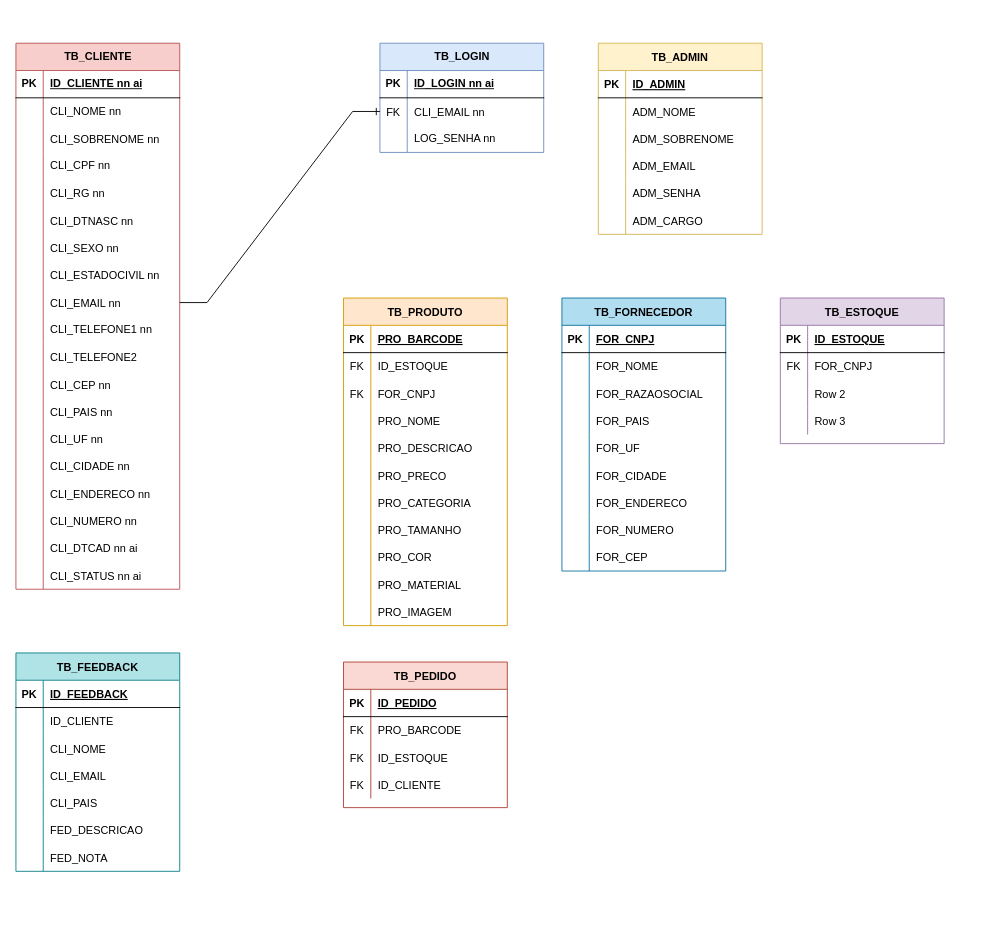
This is TCC-Copperton/DB-Diagram.drawio from saintplis/TCC-Copperton, a draw.io file, before an edit. Source tidied: cells renumbered, new cells numbered last; positions are measured from the earlier drawing's top-left corner, leaving out a move shared by most shapes. Both pictures are drawn from the tidied source at 91%, with x=0, y=0 at pixel (15, 43).
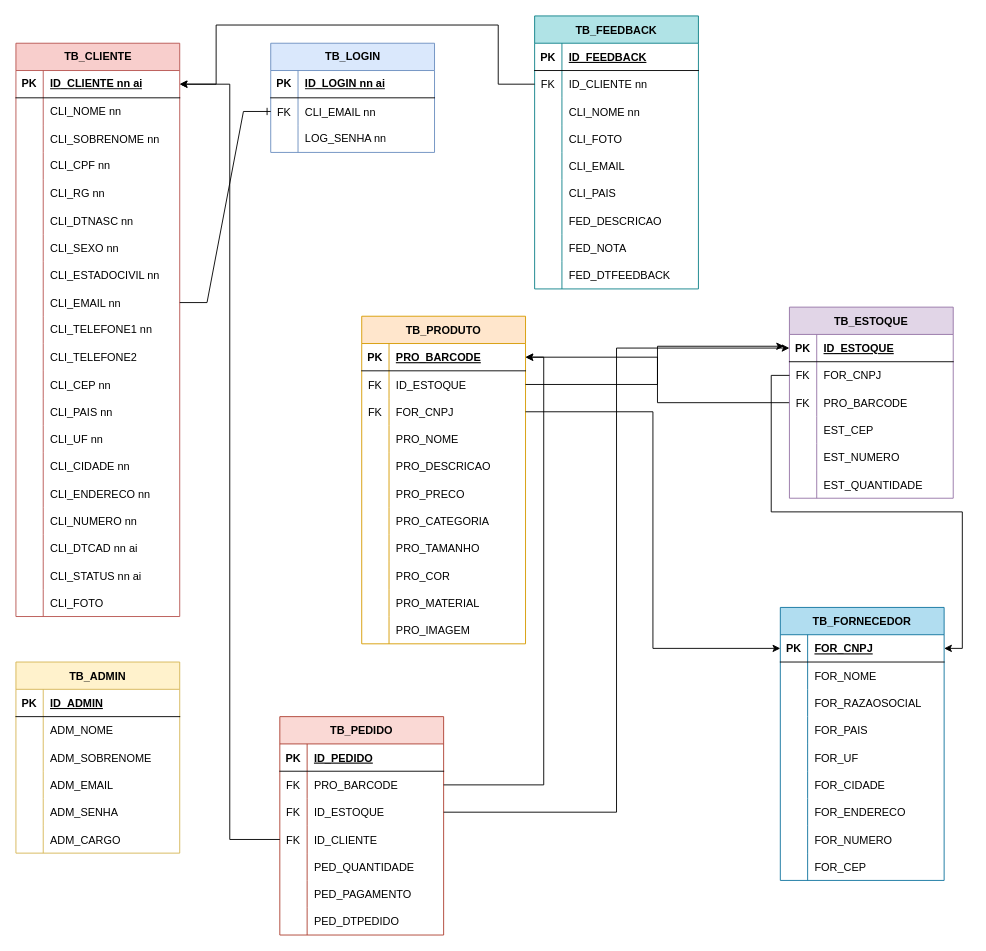
After the change.

Unchanged cells that the change refers to:
```xml
<mxCell id="3" style="shape=tableRow;horizontal=0;startSize=0;swimlaneHead=0;swimlaneBody=0;fillColor=none;points=[[0,0.5],[1,0.5]];portConstraint=eastwest;top=0;left=0;right=0;bottom=1;" parent="2" vertex="1">
  <mxGeometry y="30" width="180" height="30" as="geometry" />
</mxCell>
<mxCell id="94" style="shape=tableRow;horizontal=0;startSize=0;swimlaneHead=0;swimlaneBody=0;fillColor=none;points=[[0,0.5],[1,0.5]];portConstraint=eastwest;top=0;left=0;right=0;bottom=0;" parent="90" vertex="1">
  <mxGeometry y="60" width="180" height="30" as="geometry" />
</mxCell>
<mxCell id="97" style="shape=tableRow;horizontal=0;startSize=0;swimlaneHead=0;swimlaneBody=0;fillColor=none;points=[[0,0.5],[1,0.5]];portConstraint=eastwest;top=0;left=0;right=0;bottom=0;" parent="90" vertex="1">
  <mxGeometry y="90" width="180" height="30" as="geometry" />
</mxCell>
<mxCell id="100" style="shape=tableRow;horizontal=0;startSize=0;swimlaneHead=0;swimlaneBody=0;fillColor=none;points=[[0,0.5],[1,0.5]];portConstraint=eastwest;top=0;left=0;right=0;bottom=0;" parent="90" vertex="1">
  <mxGeometry y="120" width="180" height="30" as="geometry" />
</mxCell>
<mxCell id="107" style="shape=tableRow;horizontal=0;startSize=0;swimlaneHead=0;swimlaneBody=0;fillColor=none;points=[[0,0.5],[1,0.5]];portConstraint=eastwest;top=0;left=0;right=0;bottom=0;" parent="103" vertex="1">
  <mxGeometry y="60" width="180" height="30" as="geometry" />
</mxCell>
<mxCell id="110" style="shape=tableRow;horizontal=0;startSize=0;swimlaneHead=0;swimlaneBody=0;fillColor=none;top=0;left=0;right=0;bottom=0;" parent="103" vertex="1">
  <mxGeometry y="90" width="180" height="30" as="geometry" />
</mxCell>
<mxCell id="126" style="shape=tableRow;horizontal=0;startSize=0;swimlaneHead=0;swimlaneBody=0;fillColor=none;points=[[0,0.5],[1,0.5]];portConstraint=eastwest;top=0;left=0;right=0;bottom=1;" parent="125" vertex="1">
  <mxGeometry y="30" width="180" height="30" as="geometry" />
</mxCell>
<mxCell id="167" style="shape=tableRow;horizontal=0;startSize=0;swimlaneHead=0;swimlaneBody=0;fillColor=none;points=[[0,0.5],[1,0.5]];portConstraint=eastwest;top=0;left=0;right=0;bottom=1;" parent="166" vertex="1">
  <mxGeometry y="30" width="180" height="30" as="geometry" />
</mxCell>
<mxCell id="170" style="shape=tableRow;horizontal=0;startSize=0;swimlaneHead=0;swimlaneBody=0;fillColor=none;points=[[0,0.5],[1,0.5]];portConstraint=eastwest;top=0;left=0;right=0;bottom=0;" parent="166" vertex="1">
  <mxGeometry y="60" width="180" height="30" as="geometry" />
</mxCell>
<mxCell id="173" style="shape=tableRow;horizontal=0;startSize=0;swimlaneHead=0;swimlaneBody=0;fillColor=none;points=[[0,0.5],[1,0.5]];portConstraint=eastwest;top=0;left=0;right=0;bottom=0;" parent="166" vertex="1">
  <mxGeometry y="90" width="180" height="30" as="geometry" />
</mxCell>
```

Diff of the diagram source:
```diff
@@
     <mxCell id="2" value="TB_CLIENTE" style="shape=table;startSize=30;childLayout=tableLayout;rowLines=0;fontStyle=1;align=center;html=1;fillColor=#f8cecc;strokeColor=#b85450;" parent="1" vertex="1">
-      <mxGeometry width="180" height="600" as="geometry" />
+      <mxGeometry width="180" height="630" as="geometry" />
     </mxCell>
@@
+    <mxCell id="200" style="shape=tableRow;horizontal=0;startSize=0;swimlaneHead=0;swimlaneBody=0;fillColor=none;top=0;left=0;right=0;bottom=0;" parent="2" vertex="1">
+      <mxGeometry y="600" width="180" height="30" as="geometry" />
+    </mxCell>
+    <mxCell id="201" style="shape=partialRectangle;fillColor=none;top=0;left=0;bottom=0;right=0;overflow=hidden;" parent="200" vertex="1">
+      <mxGeometry width="30" height="30" as="geometry" />
+    </mxCell>
+    <mxCell id="202" value="CLI_FOTO" style="shape=partialRectangle;fillColor=none;top=0;left=0;bottom=0;right=0;align=left;spacingLeft=6;overflow=hidden;" parent="200" vertex="1">
+      <mxGeometry x="30" width="150" height="30" as="geometry" />
+    </mxCell>
     <mxCell id="60" value="TB_LOGIN" style="shape=table;startSize=30;childLayout=tableLayout;rowLines=0;fontStyle=1;align=center;html=1;fillColor=#dae8fc;strokeColor=#6c8ebf;" parent="1" vertex="1">
-      <mxGeometry x="400" width="180" height="120" as="geometry" />
+      <mxGeometry x="280" width="180" height="120" as="geometry" />
     </mxCell>
@@
     <mxCell id="71" value="TB_ADMIN" style="shape=table;startSize=30;childLayout=tableLayout;rowLines=0;fontStyle=1;align=center;fillColor=#fff2cc;strokeColor=#d6b656;" parent="1" vertex="1">
-      <mxGeometry x="640" width="180" height="210" as="geometry" />
+      <mxGeometry y="680" width="180" height="210" as="geometry" />
     </mxCell>
@@
     <mxCell id="90" value="TB_PEDIDO" style="shape=table;startSize=30;childLayout=tableLayout;rowLines=0;fontStyle=1;align=center;fillColor=#fad9d5;strokeColor=#ae4132;" parent="1" vertex="1">
-      <mxGeometry x="360" y="680" width="180" height="160" as="geometry" />
+      <mxGeometry x="290" y="740" width="180" height="240" as="geometry" />
     </mxCell>
@@
+    <mxCell id="203" style="shape=tableRow;horizontal=0;startSize=0;swimlaneHead=0;swimlaneBody=0;fillColor=none;top=0;left=0;right=0;bottom=0;" parent="90" vertex="1">
+      <mxGeometry y="150" width="180" height="30" as="geometry" />
+    </mxCell>
+    <mxCell id="204" style="shape=partialRectangle;fillColor=none;top=0;left=0;bottom=0;right=0;overflow=hidden;" parent="203" vertex="1">
+      <mxGeometry width="30" height="30" as="geometry" />
+    </mxCell>
+    <mxCell id="205" value="PED_QUANTIDADE" style="shape=partialRectangle;fillColor=none;top=0;left=0;bottom=0;right=0;align=left;spacingLeft=6;overflow=hidden;" parent="203" vertex="1">
+      <mxGeometry x="30" width="150" height="30" as="geometry" />
+    </mxCell>
+    <mxCell id="206" style="shape=tableRow;horizontal=0;startSize=0;swimlaneHead=0;swimlaneBody=0;fillColor=none;top=0;left=0;right=0;bottom=0;" parent="90" vertex="1">
+      <mxGeometry y="180" width="180" height="30" as="geometry" />
+    </mxCell>
+    <mxCell id="207" style="shape=partialRectangle;fillColor=none;top=0;left=0;bottom=0;right=0;overflow=hidden;" parent="206" vertex="1">
+      <mxGeometry width="30" height="30" as="geometry" />
+    </mxCell>
+    <mxCell id="208" value="PED_PAGAMENTO" style="shape=partialRectangle;fillColor=none;top=0;left=0;bottom=0;right=0;align=left;spacingLeft=6;overflow=hidden;" parent="206" vertex="1">
+      <mxGeometry x="30" width="150" height="30" as="geometry" />
+    </mxCell>
+    <mxCell id="209" style="shape=tableRow;horizontal=0;startSize=0;swimlaneHead=0;swimlaneBody=0;fillColor=none;top=0;left=0;right=0;bottom=0;" parent="90" vertex="1">
+      <mxGeometry y="210" width="180" height="30" as="geometry" />
+    </mxCell>
+    <mxCell id="210" style="shape=partialRectangle;fillColor=none;top=0;left=0;bottom=0;right=0;overflow=hidden;" parent="209" vertex="1">
+      <mxGeometry width="30" height="30" as="geometry" />
+    </mxCell>
+    <mxCell id="211" value="PED_DTPEDIDO" style="shape=partialRectangle;fillColor=none;top=0;left=0;bottom=0;right=0;align=left;spacingLeft=6;overflow=hidden;" parent="209" vertex="1">
+      <mxGeometry x="30" width="150" height="30" as="geometry" />
+    </mxCell>
     <mxCell id="103" value="TB_FEEDBACK" style="shape=table;startSize=30;childLayout=tableLayout;rowLines=0;fontStyle=1;align=center;fillColor=#b0e3e6;strokeColor=#0e8088;" parent="1" vertex="1">
-      <mxGeometry y="670" width="180" height="240" as="geometry" />
+      <mxGeometry x="570" y="-30" width="180" height="300" as="geometry" />
     </mxCell>
@@
-    <mxCell id="108" style="shape=partialRectangle;fillColor=none;top=0;left=0;bottom=0;right=0;overflow=hidden;" parent="107" vertex="1">
+    <mxCell id="108" value="FK" style="shape=partialRectangle;fillColor=none;top=0;left=0;bottom=0;right=0;overflow=hidden;" parent="107" vertex="1">
       <mxGeometry width="30" height="30" as="geometry" />
     </mxCell>
-    <mxCell id="109" value="ID_CLIENTE" style="shape=partialRectangle;fillColor=none;top=0;left=0;bottom=0;right=0;align=left;spacingLeft=6;overflow=hidden;" parent="107" vertex="1">
+    <mxCell id="109" value="ID_CLIENTE nn" style="shape=partialRectangle;fillColor=none;top=0;left=0;bottom=0;right=0;align=left;spacingLeft=6;overflow=hidden;" parent="107" vertex="1">
       <mxGeometry x="30" width="150" height="30" as="geometry" />
     </mxCell>
@@
-    <mxCell id="112" value="CLI_NOME" style="shape=partialRectangle;fillColor=none;top=0;left=0;bottom=0;right=0;align=left;spacingLeft=6;overflow=hidden;" parent="110" vertex="1">
+    <mxCell id="112" value="CLI_NOME nn" style="shape=partialRectangle;fillColor=none;top=0;left=0;bottom=0;right=0;align=left;spacingLeft=6;overflow=hidden;" parent="110" vertex="1">
       <mxGeometry x="30" width="150" height="30" as="geometry" />
     </mxCell>
+    <mxCell id="212" style="shape=tableRow;horizontal=0;startSize=0;swimlaneHead=0;swimlaneBody=0;fillColor=none;top=0;left=0;right=0;bottom=0;" parent="103" vertex="1">
+      <mxGeometry y="120" width="180" height="30" as="geometry" />
+    </mxCell>
+    <mxCell id="213" style="shape=partialRectangle;fillColor=none;top=0;left=0;bottom=0;right=0;overflow=hidden;" parent="212" vertex="1">
+      <mxGeometry width="30" height="30" as="geometry" />
+    </mxCell>
+    <mxCell id="214" value="CLI_FOTO" style="shape=partialRectangle;fillColor=none;top=0;left=0;bottom=0;right=0;align=left;spacingLeft=6;overflow=hidden;" parent="212" vertex="1">
+      <mxGeometry x="30" width="150" height="30" as="geometry" />
+    </mxCell>
     <mxCell id="113" style="shape=tableRow;horizontal=0;startSize=0;swimlaneHead=0;swimlaneBody=0;fillColor=none;top=0;left=0;right=0;bottom=0;" parent="103" vertex="1">
-      <mxGeometry y="120" width="180" height="30" as="geometry" />
+      <mxGeometry y="150" width="180" height="30" as="geometry" />
     </mxCell>
@@
     <mxCell id="116" style="shape=tableRow;horizontal=0;startSize=0;swimlaneHead=0;swimlaneBody=0;fillColor=none;top=0;left=0;right=0;bottom=0;" parent="103" vertex="1">
-      <mxGeometry y="150" width="180" height="30" as="geometry" />
+      <mxGeometry y="180" width="180" height="30" as="geometry" />
     </mxCell>
@@
     <mxCell id="119" style="shape=tableRow;horizontal=0;startSize=0;swimlaneHead=0;swimlaneBody=0;fillColor=none;top=0;left=0;right=0;bottom=0;" parent="103" vertex="1">
-      <mxGeometry y="180" width="180" height="30" as="geometry" />
+      <mxGeometry y="210" width="180" height="30" as="geometry" />
     </mxCell>
@@
     <mxCell id="122" style="shape=tableRow;horizontal=0;startSize=0;swimlaneHead=0;swimlaneBody=0;fillColor=none;top=0;left=0;right=0;bottom=0;" parent="103" vertex="1">
-      <mxGeometry y="210" width="180" height="30" as="geometry" />
+      <mxGeometry y="240" width="180" height="30" as="geometry" />
     </mxCell>
@@
+    <mxCell id="215" style="shape=tableRow;horizontal=0;startSize=0;swimlaneHead=0;swimlaneBody=0;fillColor=none;top=0;left=0;right=0;bottom=0;" parent="103" vertex="1">
+      <mxGeometry y="270" width="180" height="30" as="geometry" />
+    </mxCell>
+    <mxCell id="216" style="shape=partialRectangle;fillColor=none;top=0;left=0;bottom=0;right=0;overflow=hidden;" parent="215" vertex="1">
+      <mxGeometry width="30" height="30" as="geometry" />
+    </mxCell>
+    <mxCell id="217" value="FED_DTFEEDBACK" style="shape=partialRectangle;fillColor=none;top=0;left=0;bottom=0;right=0;align=left;spacingLeft=6;overflow=hidden;" parent="215" vertex="1">
+      <mxGeometry x="30" width="150" height="30" as="geometry" />
+    </mxCell>
     <mxCell id="125" value="TB_FORNECEDOR" style="shape=table;startSize=30;childLayout=tableLayout;rowLines=0;fontStyle=1;align=center;fillColor=#b1ddf0;strokeColor=#10739e;" parent="1" vertex="1">
-      <mxGeometry x="600" y="280" width="180" height="300" as="geometry" />
+      <mxGeometry x="840" y="620" width="180" height="300" as="geometry" />
     </mxCell>
@@
-    <mxCell id="153" value="TB_ESTOQUE" style="shape=table;startSize=30;childLayout=tableLayout;rowLines=0;fontStyle=1;align=center;fillColor=#e1d5e7;strokeColor=#9673a6;" parent="1" vertex="1">
-      <mxGeometry x="840" y="280" width="180" height="160" as="geometry" />
-    </mxCell>
-    <mxCell id="154" style="shape=tableRow;horizontal=0;startSize=0;swimlaneHead=0;swimlaneBody=0;fillColor=none;points=[[0,0.5],[1,0.5]];portConstraint=eastwest;top=0;left=0;right=0;bottom=1;" parent="153" vertex="1">
-      <mxGeometry y="30" width="180" height="30" as="geometry" />
-    </mxCell>
-    <mxCell id="155" value="PK" style="shape=partialRectangle;fillColor=none;top=0;left=0;bottom=0;right=0;fontStyle=1;overflow=hidden;" parent="154" vertex="1">
-      <mxGeometry width="30" height="30" as="geometry" />
-    </mxCell>
-    <mxCell id="156" value="ID_ESTOQUE" style="shape=partialRectangle;fillColor=none;top=0;left=0;bottom=0;right=0;align=left;spacingLeft=6;fontStyle=5;overflow=hidden;" parent="154" vertex="1">
-      <mxGeometry x="30" width="150" height="30" as="geometry" />
-    </mxCell>
-    <mxCell id="157" style="shape=tableRow;horizontal=0;startSize=0;swimlaneHead=0;swimlaneBody=0;fillColor=none;points=[[0,0.5],[1,0.5]];portConstraint=eastwest;top=0;left=0;right=0;bottom=0;" parent="153" vertex="1">
-      <mxGeometry y="60" width="180" height="30" as="geometry" />
-    </mxCell>
-    <mxCell id="158" value="FK" style="shape=partialRectangle;fillColor=none;top=0;left=0;bottom=0;right=0;overflow=hidden;" parent="157" vertex="1">
-      <mxGeometry width="30" height="30" as="geometry" />
-    </mxCell>
-    <mxCell id="159" value="FOR_CNPJ" style="shape=partialRectangle;fillColor=none;top=0;left=0;bottom=0;right=0;align=left;spacingLeft=6;overflow=hidden;" parent="157" vertex="1">
-      <mxGeometry x="30" width="150" height="30" as="geometry" />
-    </mxCell>
-    <mxCell id="160" style="shape=tableRow;horizontal=0;startSize=0;swimlaneHead=0;swimlaneBody=0;fillColor=none;top=0;left=0;right=0;bottom=0;" parent="153" vertex="1">
-      <mxGeometry y="90" width="180" height="30" as="geometry" />
-    </mxCell>
-    <mxCell id="161" style="shape=partialRectangle;fillColor=none;top=0;left=0;bottom=0;right=0;overflow=hidden;" parent="160" vertex="1">
-      <mxGeometry width="30" height="30" as="geometry" />
-    </mxCell>
-    <mxCell id="162" value="Row 2" style="shape=partialRectangle;fillColor=none;top=0;left=0;bottom=0;right=0;align=left;spacingLeft=6;overflow=hidden;" parent="160" vertex="1">
-      <mxGeometry x="30" width="150" height="30" as="geometry" />
-    </mxCell>
-    <mxCell id="163" style="shape=tableRow;horizontal=0;startSize=0;swimlaneHead=0;swimlaneBody=0;fillColor=none;top=0;left=0;right=0;bottom=0;" parent="153" vertex="1">
-      <mxGeometry y="120" width="180" height="30" as="geometry" />
-    </mxCell>
-    <mxCell id="164" style="shape=partialRectangle;fillColor=none;top=0;left=0;bottom=0;right=0;overflow=hidden;" parent="163" vertex="1">
-      <mxGeometry width="30" height="30" as="geometry" />
-    </mxCell>
-    <mxCell id="165" value="Row 3" style="shape=partialRectangle;fillColor=none;top=0;left=0;bottom=0;right=0;align=left;spacingLeft=6;overflow=hidden;" parent="163" vertex="1">
-      <mxGeometry x="30" width="150" height="30" as="geometry" />
-    </mxCell>
     <mxCell id="166" value="TB_PRODUTO" style="shape=table;startSize=30;childLayout=tableLayout;rowLines=0;fontStyle=1;align=center;fillColor=#ffe6cc;strokeColor=#d79b00;" parent="1" vertex="1">
-      <mxGeometry x="360" y="280" width="180" height="360" as="geometry" />
+      <mxGeometry x="380" y="300" width="180" height="360" as="geometry" />
     </mxCell>
@@
+    <mxCell id="218" style="edgeStyle=orthogonalEdgeStyle;rounded=0;jettySize=auto;html=1;entryX=-0.033;entryY=0.433;entryDx=0;entryDy=0;entryPerimeter=0;" parent="1" edge="1" source="170" target="154">
+      <mxGeometry relative="1" as="geometry" />
+    </mxCell>
+    <mxCell id="219" style="edgeStyle=orthogonalEdgeStyle;rounded=0;jettySize=auto;html=1;entryX=0;entryY=0.5;entryDx=0;entryDy=0;" parent="1" edge="1" source="173" target="126">
+      <mxGeometry relative="1" as="geometry" />
+    </mxCell>
+    <mxCell id="220" style="edgeStyle=orthogonalEdgeStyle;rounded=0;jettySize=auto;html=1;entryX=1;entryY=0.5;entryDx=0;entryDy=0;" parent="1" edge="1" source="94" target="167">
+      <mxGeometry relative="1" as="geometry" />
+    </mxCell>
+    <mxCell id="221" style="edgeStyle=orthogonalEdgeStyle;rounded=0;jettySize=auto;html=1;entryX=0;entryY=0.5;entryDx=0;entryDy=0;" parent="1" edge="1" source="97" target="154">
+      <mxGeometry relative="1" as="geometry" />
+    </mxCell>
+    <mxCell id="222" style="edgeStyle=orthogonalEdgeStyle;rounded=0;jettySize=auto;html=1;entryX=1;entryY=0.5;entryDx=0;entryDy=0;" parent="1" edge="1" source="153" target="167">
+      <mxGeometry relative="1" as="geometry" />
+    </mxCell>
+    <mxCell id="153" value="TB_ESTOQUE" style="shape=table;startSize=30;childLayout=tableLayout;rowLines=0;fontStyle=1;align=center;fillColor=#e1d5e7;strokeColor=#9673a6;" parent="1" vertex="1">
+      <mxGeometry x="850" y="290" width="180" height="210" as="geometry" />
+    </mxCell>
+    <mxCell id="154" style="shape=tableRow;horizontal=0;startSize=0;swimlaneHead=0;swimlaneBody=0;fillColor=none;points=[[0,0.5],[1,0.5]];portConstraint=eastwest;top=0;left=0;right=0;bottom=1;" parent="153" vertex="1">
+      <mxGeometry y="30" width="180" height="30" as="geometry" />
+    </mxCell>
+    <mxCell id="155" value="PK" style="shape=partialRectangle;fillColor=none;top=0;left=0;bottom=0;right=0;fontStyle=1;overflow=hidden;" parent="154" vertex="1">
+      <mxGeometry width="30" height="30" as="geometry" />
+    </mxCell>
+    <mxCell id="156" value="ID_ESTOQUE" style="shape=partialRectangle;fillColor=none;top=0;left=0;bottom=0;right=0;align=left;spacingLeft=6;fontStyle=5;overflow=hidden;" parent="154" vertex="1">
+      <mxGeometry x="30" width="150" height="30" as="geometry" />
+    </mxCell>
+    <mxCell id="157" style="shape=tableRow;horizontal=0;startSize=0;swimlaneHead=0;swimlaneBody=0;fillColor=none;points=[[0,0.5],[1,0.5]];portConstraint=eastwest;top=0;left=0;right=0;bottom=0;" parent="153" vertex="1">
+      <mxGeometry y="60" width="180" height="30" as="geometry" />
+    </mxCell>
+    <mxCell id="158" value="FK" style="shape=partialRectangle;fillColor=none;top=0;left=0;bottom=0;right=0;overflow=hidden;" parent="157" vertex="1">
+      <mxGeometry width="30" height="30" as="geometry" />
+    </mxCell>
+    <mxCell id="159" value="FOR_CNPJ" style="shape=partialRectangle;fillColor=none;top=0;left=0;bottom=0;right=0;align=left;spacingLeft=6;overflow=hidden;" parent="157" vertex="1">
+      <mxGeometry x="30" width="150" height="30" as="geometry" />
+    </mxCell>
+    <mxCell id="160" style="shape=tableRow;horizontal=0;startSize=0;swimlaneHead=0;swimlaneBody=0;fillColor=none;top=0;left=0;right=0;bottom=0;" parent="153" vertex="1">
+      <mxGeometry y="90" width="180" height="30" as="geometry" />
+    </mxCell>
+    <mxCell id="223" value="FK" style="shape=partialRectangle;fillColor=none;top=0;left=0;bottom=0;right=0;overflow=hidden;" parent="160" vertex="1">
+      <mxGeometry width="30" height="30" as="geometry" />
+    </mxCell>
+    <mxCell id="224" value="PRO_BARCODE" style="shape=partialRectangle;fillColor=none;top=0;left=0;bottom=0;right=0;align=left;spacingLeft=6;overflow=hidden;" parent="160" vertex="1">
+      <mxGeometry x="30" width="150" height="30" as="geometry" />
+    </mxCell>
+    <mxCell id="163" style="shape=tableRow;horizontal=0;startSize=0;swimlaneHead=0;swimlaneBody=0;fillColor=none;top=0;left=0;right=0;bottom=0;" parent="153" vertex="1">
+      <mxGeometry y="120" width="180" height="30" as="geometry" />
+    </mxCell>
+    <mxCell id="164" style="shape=partialRectangle;fillColor=none;top=0;left=0;bottom=0;right=0;overflow=hidden;" parent="163" vertex="1">
+      <mxGeometry width="30" height="30" as="geometry" />
+    </mxCell>
+    <mxCell id="165" value="EST_CEP" style="shape=partialRectangle;fillColor=none;top=0;left=0;bottom=0;right=0;align=left;spacingLeft=6;overflow=hidden;" parent="163" vertex="1">
+      <mxGeometry x="30" width="150" height="30" as="geometry" />
+    </mxCell>
+    <mxCell id="225" style="shape=tableRow;horizontal=0;startSize=0;swimlaneHead=0;swimlaneBody=0;fillColor=none;top=0;left=0;right=0;bottom=0;" parent="153" vertex="1">
+      <mxGeometry y="150" width="180" height="30" as="geometry" />
+    </mxCell>
+    <mxCell id="226" style="shape=partialRectangle;fillColor=none;top=0;left=0;bottom=0;right=0;overflow=hidden;" parent="225" vertex="1">
+      <mxGeometry width="30" height="30" as="geometry" />
+    </mxCell>
+    <mxCell id="227" value="EST_NUMERO" style="shape=partialRectangle;fillColor=none;top=0;left=0;bottom=0;right=0;align=left;spacingLeft=6;overflow=hidden;" parent="225" vertex="1">
+      <mxGeometry x="30" width="150" height="30" as="geometry" />
+    </mxCell>
+    <mxCell id="228" style="shape=tableRow;horizontal=0;startSize=0;swimlaneHead=0;swimlaneBody=0;fillColor=none;top=0;left=0;right=0;bottom=0;" parent="153" vertex="1">
+      <mxGeometry y="180" width="180" height="30" as="geometry" />
+    </mxCell>
+    <mxCell id="229" style="shape=partialRectangle;fillColor=none;top=0;left=0;bottom=0;right=0;overflow=hidden;" parent="228" vertex="1">
+      <mxGeometry width="30" height="30" as="geometry" />
+    </mxCell>
+    <mxCell id="230" value="EST_QUANTIDADE" style="shape=partialRectangle;fillColor=none;top=0;left=0;bottom=0;right=0;align=left;spacingLeft=6;overflow=hidden;" parent="228" vertex="1">
+      <mxGeometry x="30" width="150" height="30" as="geometry" />
+    </mxCell>
+    <mxCell id="231" style="edgeStyle=orthogonalEdgeStyle;rounded=0;jettySize=auto;html=1;" parent="1" edge="1" source="100" target="3">
+      <mxGeometry relative="1" as="geometry" />
+    </mxCell>
+    <mxCell id="232" style="edgeStyle=orthogonalEdgeStyle;rounded=0;jettySize=auto;html=1;entryX=1;entryY=0.5;entryDx=0;entryDy=0;" parent="1" edge="1" source="157" target="126">
+      <mxGeometry relative="1" as="geometry" />
+    </mxCell>
+    <mxCell id="233" style="edgeStyle=orthogonalEdgeStyle;rounded=0;jettySize=auto;html=1;entryX=1;entryY=0.5;entryDx=0;entryDy=0;" parent="1" edge="1" source="107" target="3">
+      <mxGeometry relative="1" as="geometry">
+        <Array as="points">
+          <mxPoint x="530" y="45" />
+          <mxPoint x="530" y="-20" />
+          <mxPoint x="220" y="-20" />
+          <mxPoint x="220" y="45" />
+        </Array>
+      </mxGeometry>
+    </mxCell>
```
